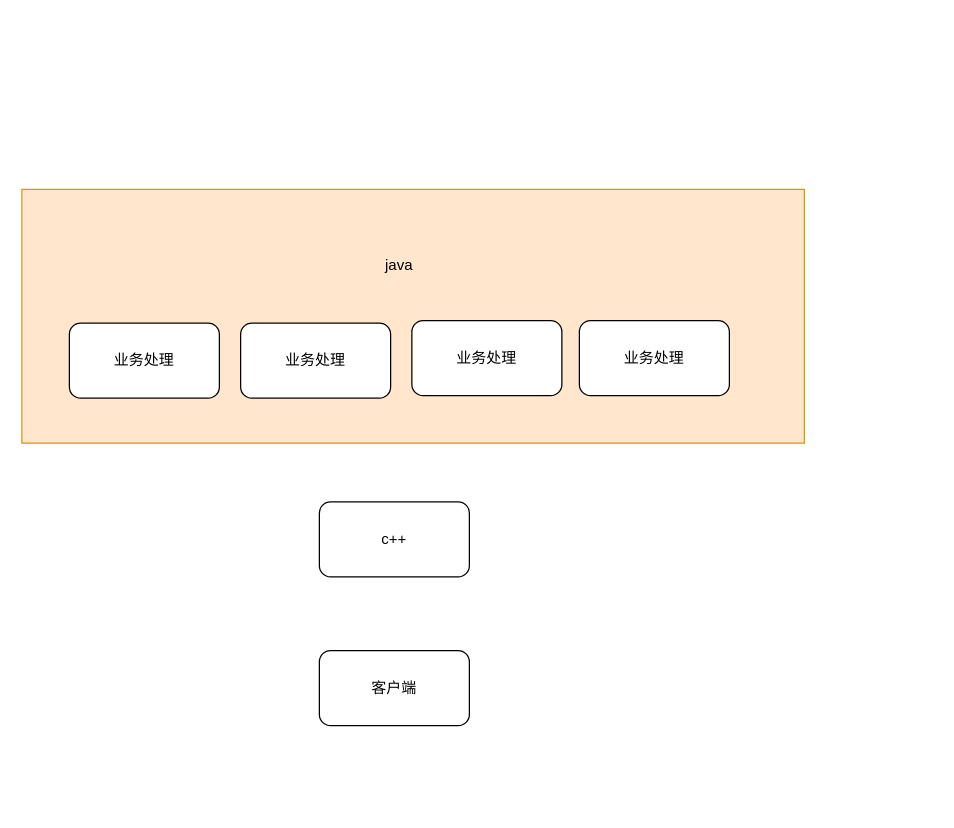
Earlier version of the draw.io diagram 未命名绘图.drawio (aloneisbestes/Draw). Source tidied: cells renumbered, new cells numbered last; positions are measured from the earlier drawing's top-left corner, leaving out a move shared by most shapes. Both pictures are drawn from the tidied source at 125%, with x=0, y=0 at pixel (21, 189).
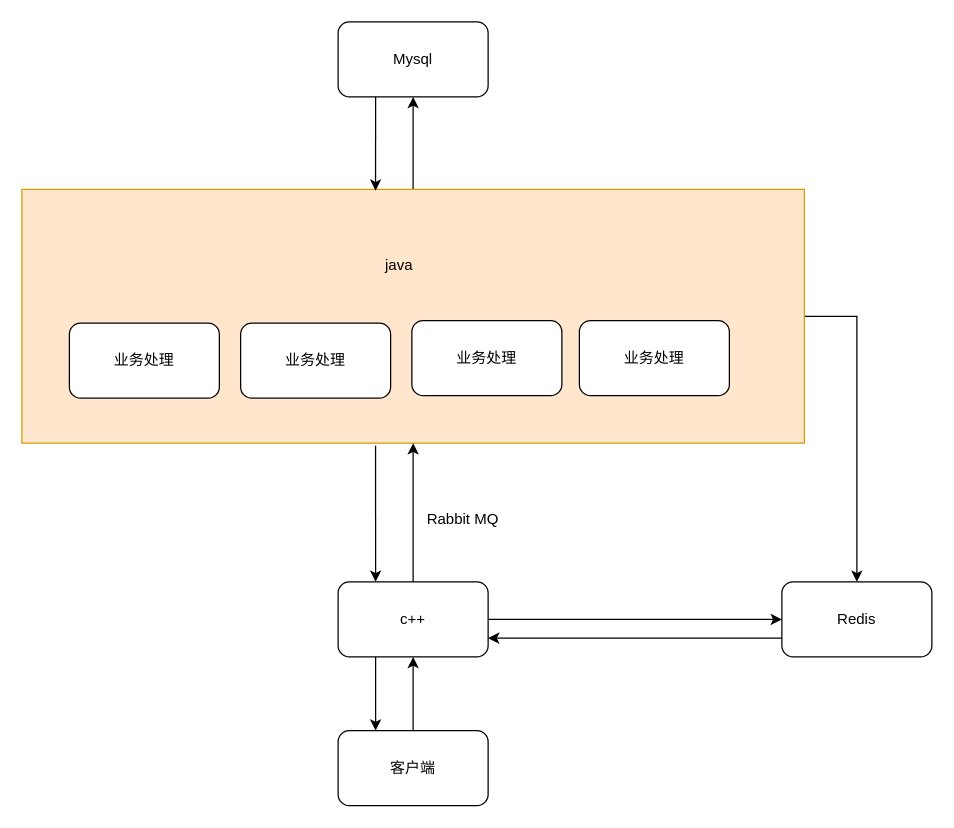
After the change.

Commit message:
更新未命名绘图.drawio

The change refers to these unchanged cells:
```xml
<mxCell id="2" style="rounded=0;whiteSpace=wrap;html=1;fillColor=#ffe6cc;strokeColor=#d79b00;" parent="1" vertex="1">
  <mxGeometry width="626" height="203" as="geometry" />
</mxCell>
```

Change to the diagram source:
```diff
@@
+    <mxCell id="10" style="edgeStyle=orthogonalEdgeStyle;rounded=0;jettySize=auto;html=1;exitX=1;exitY=0.5;exitDx=0;exitDy=0;entryX=0.5;entryY=0;entryDx=0;entryDy=0;" parent="1" edge="1" source="2" target="17">
+      <mxGeometry relative="1" as="geometry" />
+    </mxCell>
+    <mxCell id="11" style="edgeStyle=orthogonalEdgeStyle;rounded=0;jettySize=auto;html=1;exitX=0.5;exitY=0;exitDx=0;exitDy=0;" parent="1" edge="1" source="2" target="18">
+      <mxGeometry relative="1" as="geometry" />
+    </mxCell>
@@
+    <mxCell id="12" style="edgeStyle=orthogonalEdgeStyle;rounded=0;jettySize=auto;html=1;exitX=0.5;exitY=0;exitDx=0;exitDy=0;entryX=0.5;entryY=1;entryDx=0;entryDy=0;" parent="1" edge="1" source="3" target="4">
+      <mxGeometry relative="1" as="geometry" />
+    </mxCell>
     <mxCell id="3" value="客户端" style="rounded=1;whiteSpace=wrap;html=1;" parent="1" vertex="1">
-      <mxGeometry x="238" y="369" width="120" height="60" as="geometry" />
+      <mxGeometry x="253" y="433" width="120" height="60" as="geometry" />
     </mxCell>
+    <mxCell id="13" style="edgeStyle=orthogonalEdgeStyle;rounded=0;jettySize=auto;html=1;exitX=1;exitY=0.5;exitDx=0;exitDy=0;" parent="1" edge="1" source="4" target="17">
+      <mxGeometry relative="1" as="geometry" />
+    </mxCell>
+    <mxCell id="14" style="edgeStyle=orthogonalEdgeStyle;rounded=0;jettySize=auto;html=1;exitX=0.5;exitY=0;exitDx=0;exitDy=0;entryX=0.5;entryY=1;entryDx=0;entryDy=0;" parent="1" edge="1" source="4" target="2">
+      <mxGeometry relative="1" as="geometry" />
+    </mxCell>
+    <mxCell id="15" style="edgeStyle=orthogonalEdgeStyle;rounded=0;jettySize=auto;html=1;exitX=0.25;exitY=1;exitDx=0;exitDy=0;entryX=0.25;entryY=0;entryDx=0;entryDy=0;" parent="1" edge="1" source="4" target="3">
+      <mxGeometry relative="1" as="geometry" />
+    </mxCell>
     <mxCell id="4" value="c++" style="rounded=1;whiteSpace=wrap;html=1;" parent="1" vertex="1">
-      <mxGeometry x="238" y="250" width="120" height="60" as="geometry" />
+      <mxGeometry x="253" y="314" width="120" height="60" as="geometry" />
     </mxCell>
@@
+    <mxCell id="16" style="edgeStyle=orthogonalEdgeStyle;rounded=0;jettySize=auto;html=1;exitX=0;exitY=0.75;exitDx=0;exitDy=0;entryX=1;entryY=0.75;entryDx=0;entryDy=0;" parent="1" edge="1" source="17" target="4">
+      <mxGeometry relative="1" as="geometry" />
+    </mxCell>
+    <mxCell id="17" value="Redis" style="rounded=1;whiteSpace=wrap;html=1;" parent="1" vertex="1">
+      <mxGeometry x="608" y="314" width="120" height="60" as="geometry" />
+    </mxCell>
+    <mxCell id="18" value="Mysql" style="rounded=1;whiteSpace=wrap;html=1;" parent="1" vertex="1">
+      <mxGeometry x="253" y="-134" width="120" height="60" as="geometry" />
+    </mxCell>
+    <mxCell id="19" style="edgeStyle=orthogonalEdgeStyle;rounded=0;jettySize=auto;html=1;exitX=0.25;exitY=1;exitDx=0;exitDy=0;entryX=0.452;entryY=0.005;entryDx=0;entryDy=0;entryPerimeter=0;" parent="1" edge="1" source="18" target="2">
+      <mxGeometry relative="1" as="geometry" />
+    </mxCell>
+    <mxCell id="20" style="edgeStyle=orthogonalEdgeStyle;rounded=0;jettySize=auto;html=1;exitX=0.25;exitY=0;exitDx=0;exitDy=0;entryX=0.452;entryY=1.01;entryDx=0;entryDy=0;entryPerimeter=0;endArrow=none;endFill=0;startArrow=classic;startFill=1;" parent="1" edge="1" source="4" target="2">
+      <mxGeometry relative="1" as="geometry" />
+    </mxCell>
+    <mxCell id="21" value="Rabbit MQ" style="text;html=1;align=center;verticalAlign=middle;whiteSpace=wrap;rounded=0;" parent="1" vertex="1">
+      <mxGeometry x="323" y="249" width="60" height="30" as="geometry" />
+    </mxCell>
```
